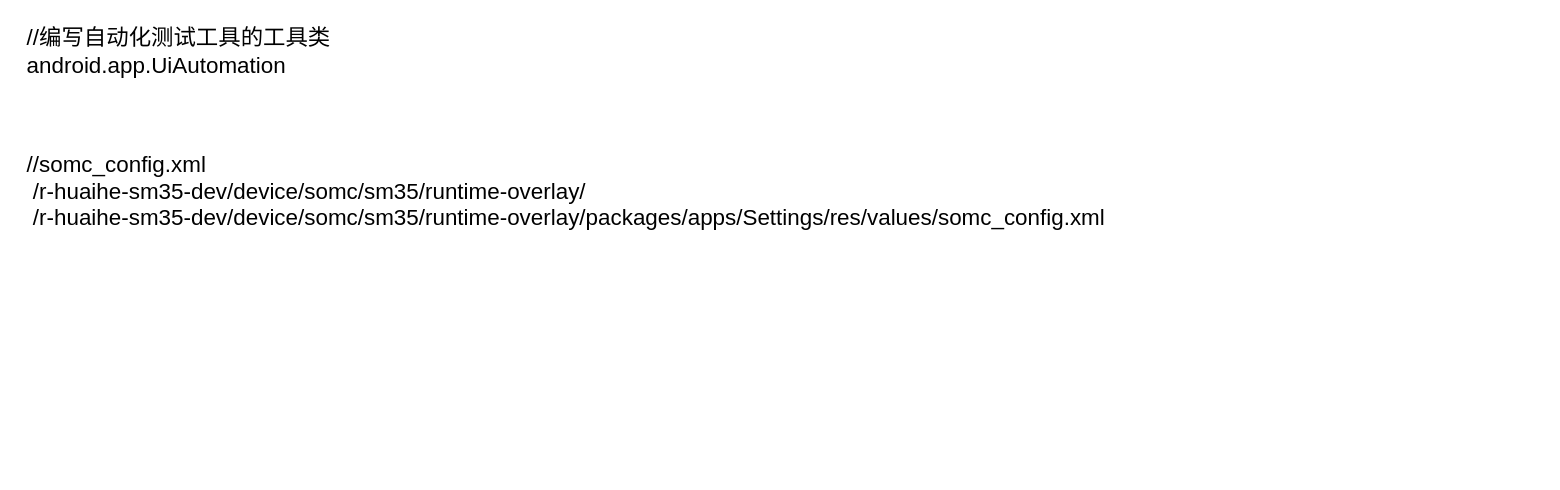
The draw.io diagram page "misc" (6 of 9) of AF review.drawio in LBACK1912/chart, before the edit. Source tidied: cells renumbered, new cells numbered last; positions are measured from the earlier drawing's top-left corner, leaving out a move shared by most shapes. Both pictures are drawn from the tidied source at 140%, with x=0, y=0 at pixel (24, 29).
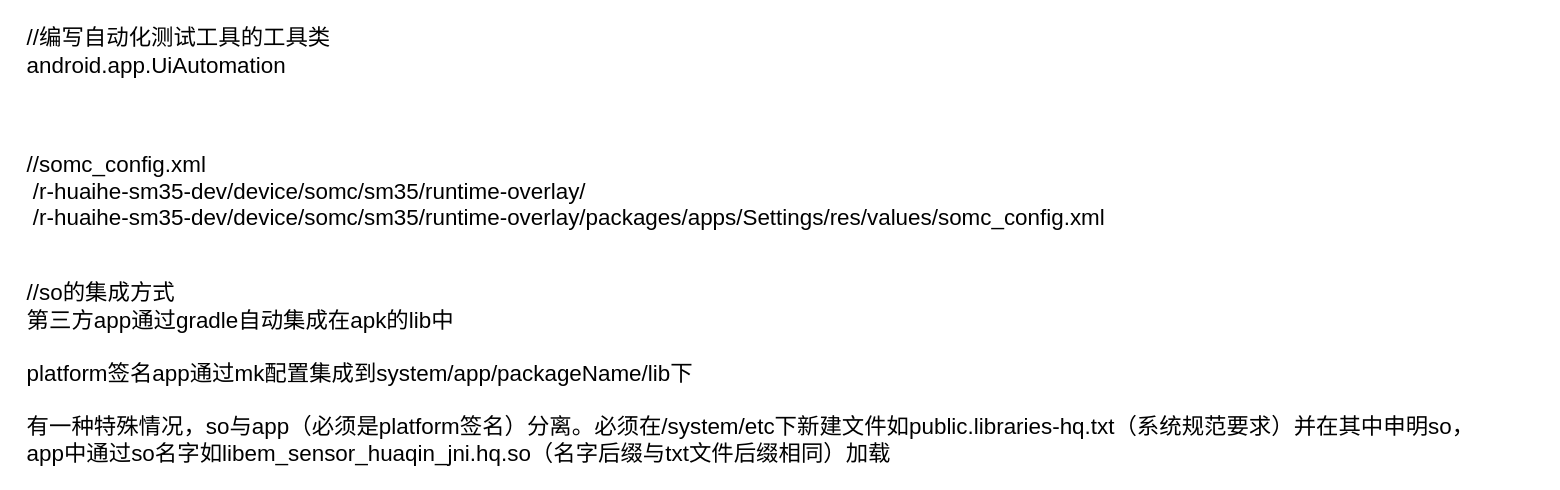
The same diagram, later.

Diff of the diagram source:
```diff
@@
 <mxGraphModel>
   <root>
     <mxCell id="0" />
     <mxCell id="1" parent="0" />
     <mxCell id="2" value="&lt;div style=&quot;font-size: 16px&quot; align=&quot;left&quot;&gt;&lt;font style=&quot;font-size: 16px&quot;&gt;//编写自动化测试工具的工具类&lt;br&gt;android.app.UiAutomation&lt;/font&gt;&lt;/div&gt;" style="text;html=1;align=left;verticalAlign=middle;" parent="1" vertex="1">
       <mxGeometry width="240" height="30" as="geometry" />
     </mxCell>
     <mxCell id="3" value="&lt;div style=&quot;font-size: 16px&quot; align=&quot;left&quot;&gt;//somc_config.xml&lt;br&gt;&amp;nbsp;/r-huaihe-sm35-dev/device/somc/sm35/runtime-overlay/&lt;br&gt;&amp;nbsp;/r-huaihe-sm35-dev/device/somc/sm35/runtime-overlay/packages/apps/Settings/res/values/somc_config.xml&lt;/div&gt;" style="text;html=1;align=left;verticalAlign=middle;" parent="1" vertex="1">
       <mxGeometry y="90" width="840" height="50" as="geometry" />
     </mxCell>
+    <mxCell id="4" value="&lt;div style=&quot;font-size: 16px&quot; align=&quot;left&quot;&gt;&lt;font style=&quot;font-size: 16px&quot;&gt;//so的集成方式&lt;/font&gt;&lt;/div&gt;&lt;div style=&quot;font-size: 16px&quot; align=&quot;left&quot;&gt;&lt;font style=&quot;font-size: 16px&quot;&gt;第三方app通过gradle自动集成在apk的lib中&lt;/font&gt;&lt;/div&gt;&lt;div style=&quot;font-size: 16px&quot;&gt;&lt;font style=&quot;font-size: 16px&quot;&gt;&lt;br&gt;&lt;/font&gt;&lt;/div&gt;&lt;div style=&quot;font-size: 16px&quot;&gt;&lt;font style=&quot;font-size: 16px&quot;&gt;platform签名app通过mk配置集成到system/app/packageName/lib下&lt;br&gt;&lt;/font&gt;&lt;/div&gt;&lt;div style=&quot;font-size: 16px&quot;&gt;&lt;font style=&quot;font-size: 16px&quot;&gt;&lt;br&gt;&lt;/font&gt;&lt;/div&gt;&lt;div style=&quot;font-size: 16px&quot;&gt;&lt;font style=&quot;font-size: 16px&quot;&gt;有一种特殊情况，so与app（必须是platform签名）分离。必须在/system/etc下新建文件如public.libraries-hq.txt（系统规范要求）并在其中申明so，&lt;/font&gt;&lt;/div&gt;&lt;div style=&quot;font-size: 16px&quot;&gt;&lt;font style=&quot;font-size: 16px&quot;&gt;app中通过so名字如libem_sensor_huaqin_jni.hq.so（名字后缀与txt文件后缀相同）加载&lt;br&gt;&lt;/font&gt;&lt;/div&gt;" style="text;html=1;align=left;verticalAlign=middle;" parent="1" vertex="1">
+      <mxGeometry y="195" width="1080" height="100" as="geometry" />
+    </mxCell>
   </root>
 </mxGraphModel>
```
